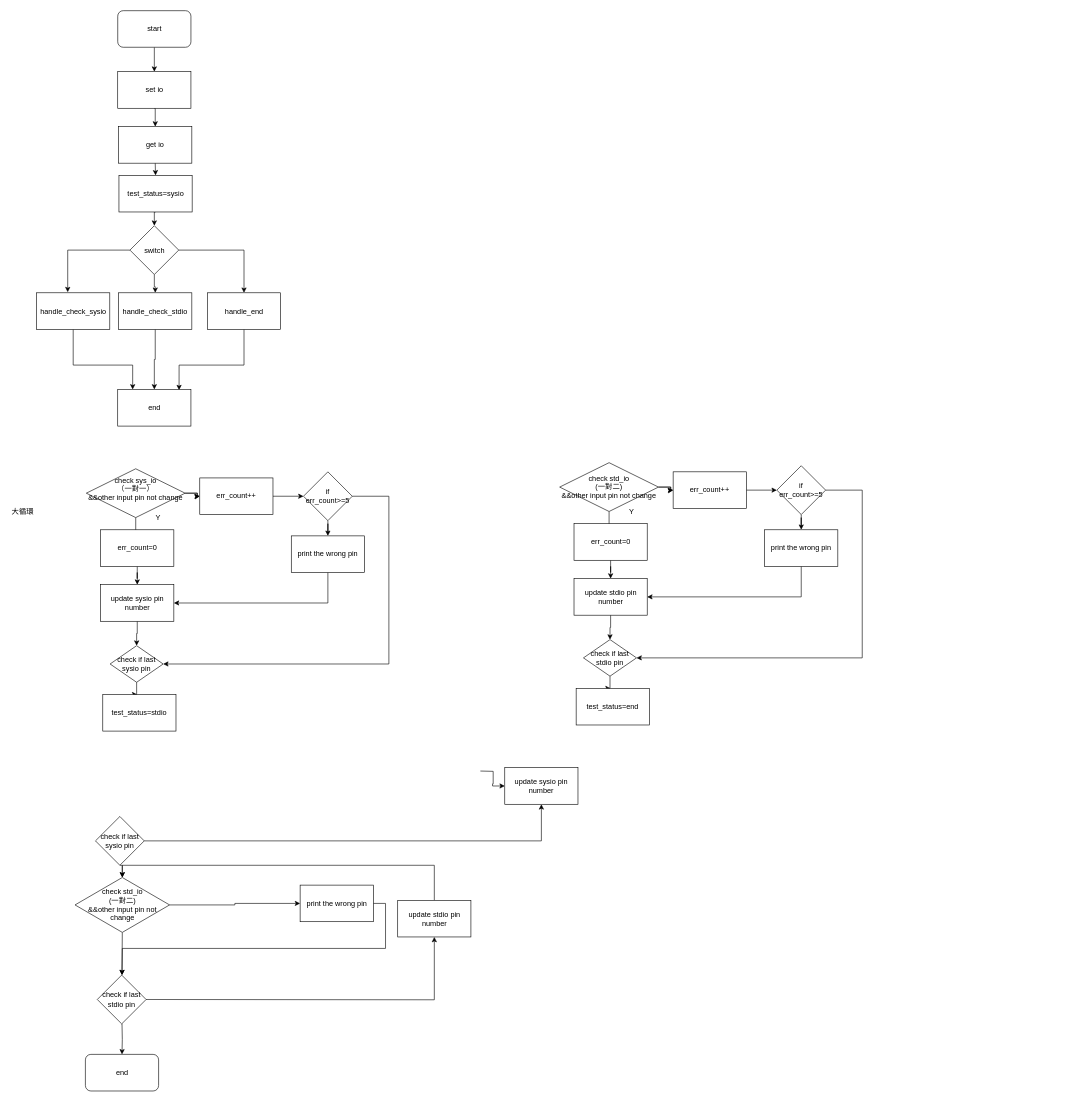
Above: io_test_rewrite.drawio in eziohzy/FlowChartRepository (draw.io), before the change. Source tidied: cells renumbered, new cells numbered last; positions are measured from the earlier drawing's top-left corner, leaving out a move shared by most shapes. Both pictures are drawn from the tidied source at 61%, with x=0, y=0 at pixel (10, 10).
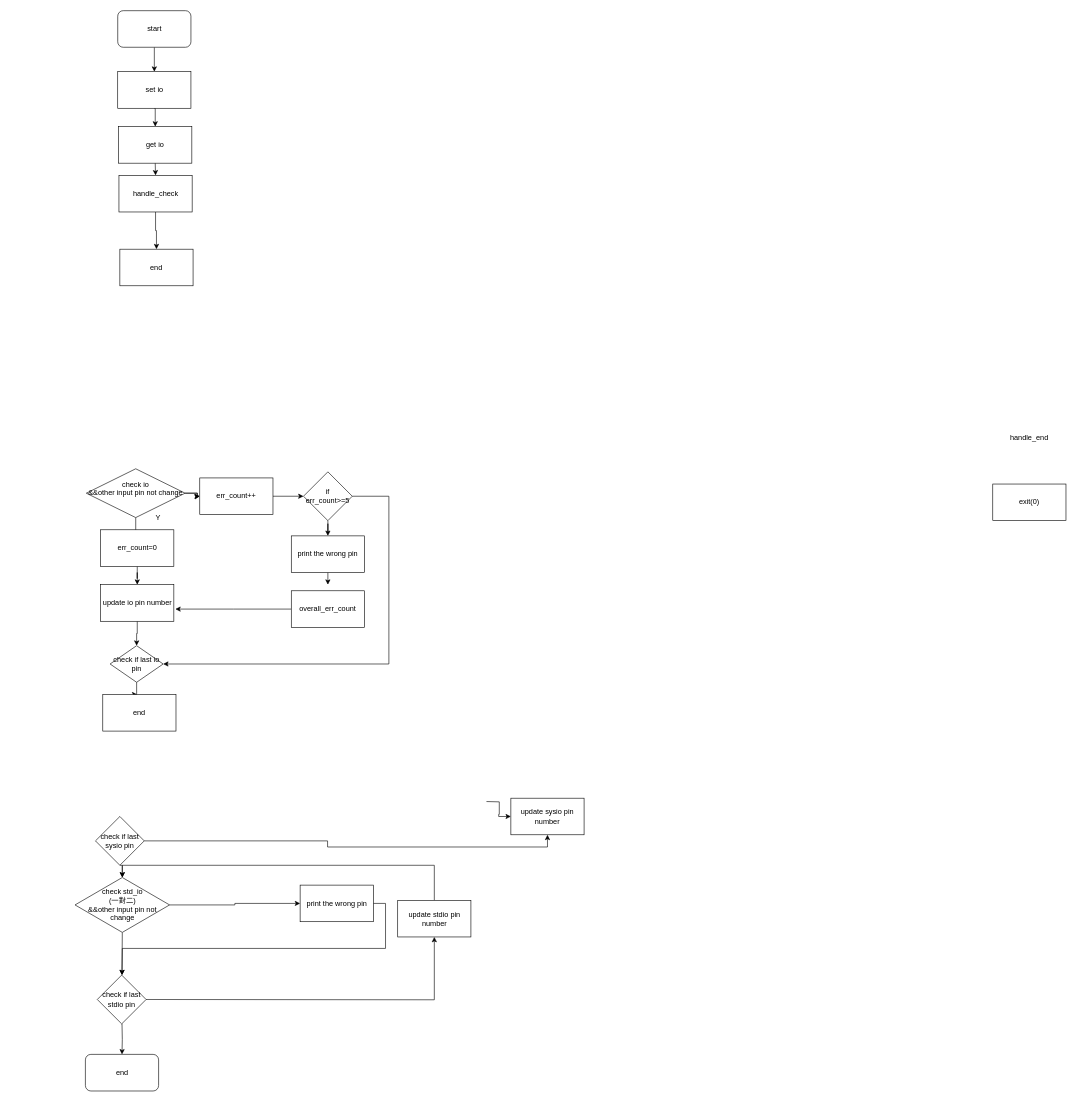
After the change.

The change refers to these unchanged cells:
```xml
<mxCell id="45" value="print the wrong pin" style="rounded=0;whiteSpace=wrap;html=1;" parent="1" vertex="1">
  <mxGeometry x="460" y="861" width="120" height="60" as="geometry" />
</mxCell>
```

What changed in the source:
```diff
@@
-    <mxCell id="5" value="&lt;div&gt;check sys_io&lt;/div&gt;&lt;div&gt;（一對一）&lt;/div&gt;&lt;div&gt;&amp;amp;&amp;amp;other input pin not change&lt;br&gt;&lt;/div&gt;&lt;div&gt;&lt;br&gt;&lt;/div&gt;" style="rhombus;whiteSpace=wrap;html=1;" parent="1" vertex="1">
+    <mxCell id="5" value="&lt;div&gt;check io&lt;/div&gt;&lt;div&gt;&amp;amp;&amp;amp;other input pin not change&lt;br&gt;&lt;/div&gt;&lt;div&gt;&lt;br&gt;&lt;/div&gt;" style="rhombus;whiteSpace=wrap;html=1;" parent="1" vertex="1">
       <mxGeometry x="124" y="751" width="162" height="80" as="geometry" />
     </mxCell>
@@
     <mxCell id="10" style="edgeStyle=orthogonalEdgeStyle;rounded=0;jettySize=auto;html=1;" parent="1" edge="1" target="11">
       <mxGeometry relative="1" as="geometry">
-        <mxPoint x="770" y="1246.5" as="sourcePoint" />
+        <mxPoint x="780" y="1296.5" as="sourcePoint" />
       </mxGeometry>
     </mxCell>
     <mxCell id="11" value="update sysio pin number" style="rounded=0;whiteSpace=wrap;html=1;" parent="1" vertex="1">
-      <mxGeometry x="810" y="1241" width="120" height="60" as="geometry" />
+      <mxGeometry x="820" y="1291" width="120" height="60" as="geometry" />
     </mxCell>
@@
-    <mxCell id="23" value="大循環" style="text;html=1;strokeColor=none;fillColor=none;align=center;verticalAlign=middle;whiteSpace=wrap;rounded=0;" parent="1" vertex="1">
-      <mxGeometry y="811" width="40" height="20" as="geometry" />
-    </mxCell>
@@
-    <mxCell id="38" value="update sysio pin number" style="rounded=0;whiteSpace=wrap;html=1;" parent="1" vertex="1">
+    <mxCell id="38" value="update io pin number" style="rounded=0;whiteSpace=wrap;html=1;" parent="1" vertex="1">
       <mxGeometry x="147.5" y="941" width="120" height="60" as="geometry" />
     </mxCell>
@@
-    <mxCell id="40" value="check if last sysio pin" style="rhombus;whiteSpace=wrap;html=1;direction=south;" parent="1" vertex="1">
+    <mxCell id="40" value="check if last io pin" style="rhombus;whiteSpace=wrap;html=1;direction=south;" parent="1" vertex="1">
       <mxGeometry x="163" y="1041" width="87" height="60" as="geometry" />
     </mxCell>
-    <mxCell id="41" value="test_status=stdio" style="rounded=0;whiteSpace=wrap;html=1;" parent="1" vertex="1">
+    <mxCell id="41" value="end" style="rounded=0;whiteSpace=wrap;html=1;" parent="1" vertex="1">
       <mxGeometry x="151" y="1121" width="120" height="60" as="geometry" />
     </mxCell>
-    <mxCell id="42" style="edgeStyle=orthogonalEdgeStyle;rounded=0;jettySize=auto;html=1;exitX=0.5;exitY=1;exitDx=0;exitDy=0;entryX=0.5;entryY=0;entryDx=0;entryDy=0;" parent="1" edge="1" source="43" target="68">
+    <mxCell id="42" style="edgeStyle=orthogonalEdgeStyle;rounded=0;jettySize=auto;html=1;exitX=0.5;exitY=1;exitDx=0;exitDy=0;entryX=0.5;entryY=0;entryDx=0;entryDy=0;" parent="1" edge="1" source="43" target="75">
       <mxGeometry relative="1" as="geometry" />
     </mxCell>
-    <mxCell id="43" value="test_status=sysio" style="rounded=0;whiteSpace=wrap;html=1;" parent="1" vertex="1">
+    <mxCell id="43" value="handle_check" style="rounded=0;whiteSpace=wrap;html=1;" parent="1" vertex="1">
       <mxGeometry x="177.5" y="270" width="120" height="60" as="geometry" />
     </mxCell>
-    <mxCell id="44" style="edgeStyle=orthogonalEdgeStyle;rounded=0;jettySize=auto;html=1;entryX=1;entryY=0.5;entryDx=0;entryDy=0;" parent="1" edge="1" source="45" target="38">
-      <mxGeometry relative="1" as="geometry">
-        <Array as="points">
-          <mxPoint x="520" y="971" />
-        </Array>
-      </mxGeometry>
-    </mxCell>
+    <mxCell id="76" style="edgeStyle=orthogonalEdgeStyle;rounded=0;jettySize=auto;html=1;" parent="1" edge="1" source="45">
+      <mxGeometry relative="1" as="geometry">
+        <mxPoint x="520" y="941" as="targetPoint" />
+      </mxGeometry>
+    </mxCell>
@@
-    <mxCell id="46" style="edgeStyle=orthogonalEdgeStyle;rounded=0;jettySize=auto;html=1;" parent="1" edge="1" source="49">
-      <mxGeometry relative="1" as="geometry">
-        <mxPoint x="1086" y="786" as="targetPoint" />
-      </mxGeometry>
-    </mxCell>
-    <mxCell id="47" style="edgeStyle=orthogonalEdgeStyle;rounded=0;jettySize=auto;html=1;" parent="1" edge="1" source="49" target="52">
-      <mxGeometry relative="1" as="geometry" />
-    </mxCell>
-    <mxCell id="48" style="edgeStyle=orthogonalEdgeStyle;rounded=0;jettySize=auto;html=1;" parent="1" edge="1" source="49">
-      <mxGeometry relative="1" as="geometry">
-        <mxPoint x="981" y="861" as="targetPoint" />
-      </mxGeometry>
-    </mxCell>
-    <mxCell id="49" value="&lt;div&gt;check std_io&lt;/div&gt;&lt;div&gt;(一對二)&lt;/div&gt;&lt;div&gt;&amp;amp;&amp;amp;other input pin not change&lt;br&gt;&lt;/div&gt;" style="rhombus;whiteSpace=wrap;html=1;" parent="1" vertex="1">
-      <mxGeometry x="900" y="741" width="162" height="80" as="geometry" />
-    </mxCell>
-    <mxCell id="50" value="Y" style="text;html=1;strokeColor=none;fillColor=none;align=center;verticalAlign=middle;whiteSpace=wrap;rounded=0;" parent="1" vertex="1">
-      <mxGeometry x="998" y="811" width="40" height="20" as="geometry" />
-    </mxCell>
-    <mxCell id="51" style="edgeStyle=orthogonalEdgeStyle;rounded=0;jettySize=auto;html=1;exitX=1;exitY=0.5;exitDx=0;exitDy=0;entryX=0;entryY=0.5;entryDx=0;entryDy=0;" parent="1" edge="1" source="52" target="57">
-      <mxGeometry relative="1" as="geometry" />
-    </mxCell>
-    <mxCell id="52" value="err_count++" style="rounded=0;whiteSpace=wrap;html=1;" parent="1" vertex="1">
-      <mxGeometry x="1086" y="756" width="120" height="60" as="geometry" />
-    </mxCell>
-    <mxCell id="53" style="edgeStyle=orthogonalEdgeStyle;rounded=0;jettySize=auto;html=1;" parent="1" edge="1" source="54" target="59">
-      <mxGeometry relative="1" as="geometry" />
-    </mxCell>
-    <mxCell id="54" value="err_count=0" style="rounded=0;whiteSpace=wrap;html=1;" parent="1" vertex="1">
-      <mxGeometry x="923.5" y="841" width="120" height="60" as="geometry" />
-    </mxCell>
-    <mxCell id="55" style="edgeStyle=orthogonalEdgeStyle;rounded=0;jettySize=auto;html=1;entryX=0.5;entryY=0;entryDx=0;entryDy=0;" parent="1" edge="1" source="57" target="61">
-      <mxGeometry relative="1" as="geometry">
-        <Array as="points">
-          <mxPoint x="1396" y="786" />
-          <mxPoint x="1396" y="1061" />
-        </Array>
-      </mxGeometry>
-    </mxCell>
-    <mxCell id="56" style="edgeStyle=orthogonalEdgeStyle;rounded=0;jettySize=auto;html=1;entryX=0.5;entryY=0;entryDx=0;entryDy=0;" parent="1" edge="1" source="57" target="64">
-      <mxGeometry relative="1" as="geometry" />
-    </mxCell>
-    <mxCell id="57" value="if err_count&amp;gt;=5" style="rhombus;whiteSpace=wrap;html=1;" parent="1" vertex="1">
-      <mxGeometry x="1256" y="746" width="80" height="80" as="geometry" />
-    </mxCell>
-    <mxCell id="58" style="edgeStyle=orthogonalEdgeStyle;rounded=0;jettySize=auto;html=1;entryX=0;entryY=0.5;entryDx=0;entryDy=0;" parent="1" edge="1" source="59" target="61">
-      <mxGeometry relative="1" as="geometry" />
-    </mxCell>
-    <mxCell id="59" value="update stdio pin number" style="rounded=0;whiteSpace=wrap;html=1;" parent="1" vertex="1">
-      <mxGeometry x="923.5" y="931" width="120" height="60" as="geometry" />
-    </mxCell>
-    <mxCell id="60" style="edgeStyle=orthogonalEdgeStyle;rounded=0;jettySize=auto;html=1;" parent="1" edge="1" source="61">
-      <mxGeometry relative="1" as="geometry">
-        <mxPoint x="983" y="1111" as="targetPoint" />
-      </mxGeometry>
-    </mxCell>
-    <mxCell id="61" value="check if last stdio pin" style="rhombus;whiteSpace=wrap;html=1;direction=south;" parent="1" vertex="1">
-      <mxGeometry x="939" y="1031" width="87" height="60" as="geometry" />
-    </mxCell>
-    <mxCell id="62" value="test_status=end" style="rounded=0;whiteSpace=wrap;html=1;" parent="1" vertex="1">
-      <mxGeometry x="927" y="1111" width="120" height="60" as="geometry" />
-    </mxCell>
-    <mxCell id="63" style="edgeStyle=orthogonalEdgeStyle;rounded=0;jettySize=auto;html=1;entryX=1;entryY=0.5;entryDx=0;entryDy=0;" parent="1" edge="1" source="64" target="59">
-      <mxGeometry relative="1" as="geometry">
-        <Array as="points">
-          <mxPoint x="1296" y="961" />
-        </Array>
-      </mxGeometry>
-    </mxCell>
-    <mxCell id="64" value="print the wrong pin" style="rounded=0;whiteSpace=wrap;html=1;" parent="1" vertex="1">
-      <mxGeometry x="1236" y="851" width="120" height="60" as="geometry" />
-    </mxCell>
-    <mxCell id="65" style="edgeStyle=orthogonalEdgeStyle;rounded=0;jettySize=auto;html=1;entryX=0.5;entryY=0;entryDx=0;entryDy=0;" parent="1" edge="1" source="68" target="74">
-      <mxGeometry relative="1" as="geometry">
-        <Array as="points">
-          <mxPoint x="382.5" y="392.5" />
-        </Array>
-      </mxGeometry>
-    </mxCell>
-    <mxCell id="66" style="edgeStyle=orthogonalEdgeStyle;rounded=0;jettySize=auto;html=1;exitX=0;exitY=0.5;exitDx=0;exitDy=0;entryX=0.425;entryY=-0.017;entryDx=0;entryDy=0;entryPerimeter=0;" parent="1" edge="1" source="68" target="70">
-      <mxGeometry relative="1" as="geometry" />
-    </mxCell>
-    <mxCell id="67" style="edgeStyle=orthogonalEdgeStyle;rounded=0;jettySize=auto;html=1;exitX=0.5;exitY=1;exitDx=0;exitDy=0;" parent="1" edge="1" source="68" target="72">
-      <mxGeometry relative="1" as="geometry" />
-    </mxCell>
-    <mxCell id="68" value="switch" style="rhombus;whiteSpace=wrap;html=1;" parent="1" vertex="1">
-      <mxGeometry x="195.5" y="352.5" width="80" height="80" as="geometry" />
-    </mxCell>
-    <mxCell id="69" style="edgeStyle=orthogonalEdgeStyle;rounded=0;jettySize=auto;html=1;entryX=0.204;entryY=0;entryDx=0;entryDy=0;entryPerimeter=0;" parent="1" edge="1" source="70" target="75">
-      <mxGeometry relative="1" as="geometry">
-        <Array as="points">
-          <mxPoint x="103" y="581" />
-          <mxPoint x="200" y="581" />
-        </Array>
-      </mxGeometry>
-    </mxCell>
-    <mxCell id="70" value="handle_check_sysio" style="rounded=0;whiteSpace=wrap;html=1;" parent="1" vertex="1">
-      <mxGeometry x="42.5" y="462.5" width="120" height="60" as="geometry" />
-    </mxCell>
-    <mxCell id="71" style="edgeStyle=orthogonalEdgeStyle;rounded=0;jettySize=auto;html=1;entryX=0.5;entryY=0;entryDx=0;entryDy=0;" parent="1" edge="1" source="72" target="75">
-      <mxGeometry relative="1" as="geometry" />
-    </mxCell>
-    <mxCell id="72" value="handle_check_stdio" style="rounded=0;whiteSpace=wrap;html=1;" parent="1" vertex="1">
-      <mxGeometry x="177" y="462.5" width="120" height="60" as="geometry" />
-    </mxCell>
-    <mxCell id="73" style="edgeStyle=orthogonalEdgeStyle;rounded=0;jettySize=auto;html=1;entryX=0.838;entryY=0.017;entryDx=0;entryDy=0;entryPerimeter=0;" parent="1" edge="1" source="74" target="75">
-      <mxGeometry relative="1" as="geometry">
-        <Array as="points">
-          <mxPoint x="383" y="581" />
-          <mxPoint x="276" y="581" />
-        </Array>
-      </mxGeometry>
-    </mxCell>
+    <mxCell id="75" value="end" style="rounded=0;whiteSpace=wrap;html=1;" parent="1" vertex="1">
+      <mxGeometry x="179" y="391" width="120" height="60" as="geometry" />
+    </mxCell>
-    <mxCell id="74" value="handle_end" style="rounded=0;whiteSpace=wrap;html=1;" parent="1" vertex="1">
-      <mxGeometry x="322.5" y="462.5" width="120" height="60" as="geometry" />
+    <mxCell id="74" value="handle_end" style="text;html=1;strokeColor=none;fillColor=none;align=center;verticalAlign=middle;whiteSpace=wrap;rounded=0;" parent="1" vertex="1">
+      <mxGeometry x="1650" y="691" width="40" height="20" as="geometry" />
     </mxCell>
-    <mxCell id="75" value="end" style="rounded=0;whiteSpace=wrap;html=1;" parent="1" vertex="1">
-      <mxGeometry x="175.5" y="621" width="120" height="60" as="geometry" />
-    </mxCell>
+    <mxCell id="77" value="exit(0)" style="rounded=0;whiteSpace=wrap;html=1;" parent="1" vertex="1">
+      <mxGeometry x="1610" y="776" width="120" height="60" as="geometry" />
+    </mxCell>
+    <mxCell id="78" style="edgeStyle=orthogonalEdgeStyle;rounded=0;jettySize=auto;html=1;" parent="1" edge="1" source="79">
+      <mxGeometry relative="1" as="geometry">
+        <mxPoint x="270" y="981" as="targetPoint" />
+      </mxGeometry>
+    </mxCell>
+    <mxCell id="79" value="overall_err_count" style="rounded=0;whiteSpace=wrap;html=1;" parent="1" vertex="1">
+      <mxGeometry x="460" y="951" width="120" height="60" as="geometry" />
+    </mxCell>
```
